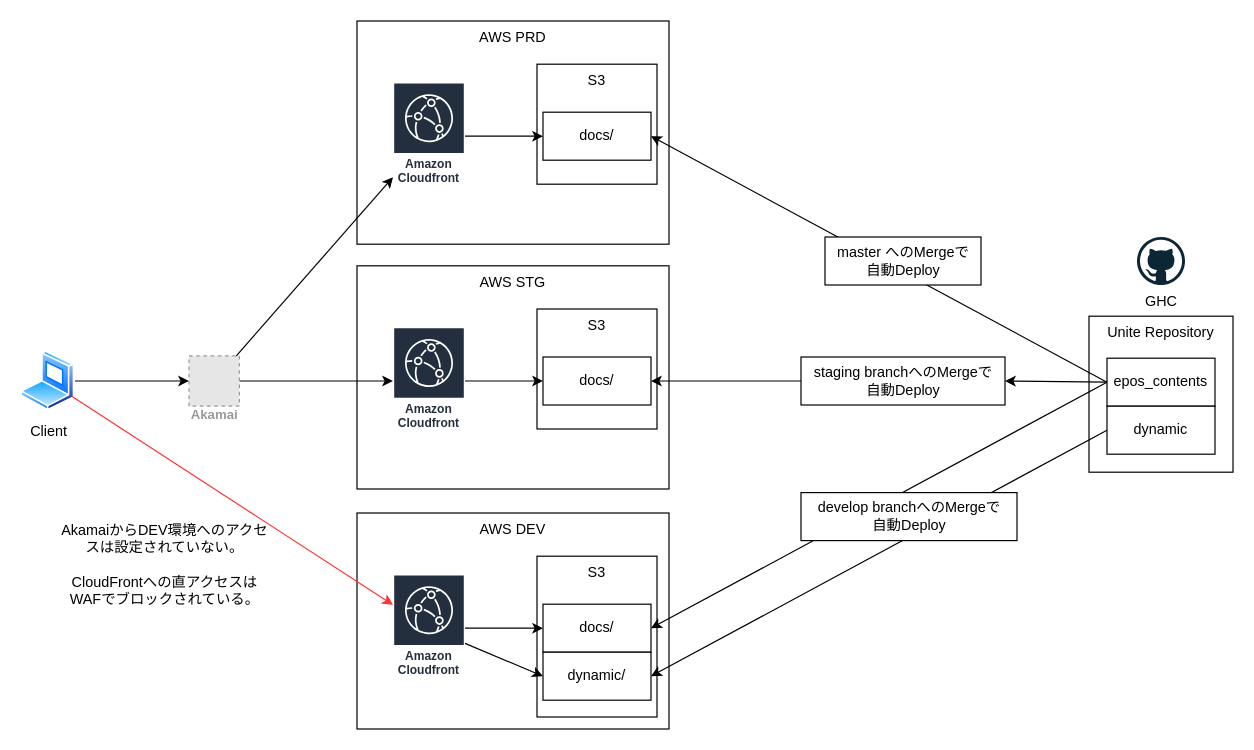
Above: 02.打ち合わせ資料/img/構成概要.drawio in takemitsu255/ux-docs (draw.io), before the change. Source tidied: cells renumbered, new cells numbered last; positions are measured from the earlier drawing's top-left corner, leaving out a move shared by most shapes. Both pictures are drawn from the tidied source at 120%, with x=0, y=0 at pixel (20, 20). Pictures stored in the file or linked from it are replaced by grey dashed boxes.
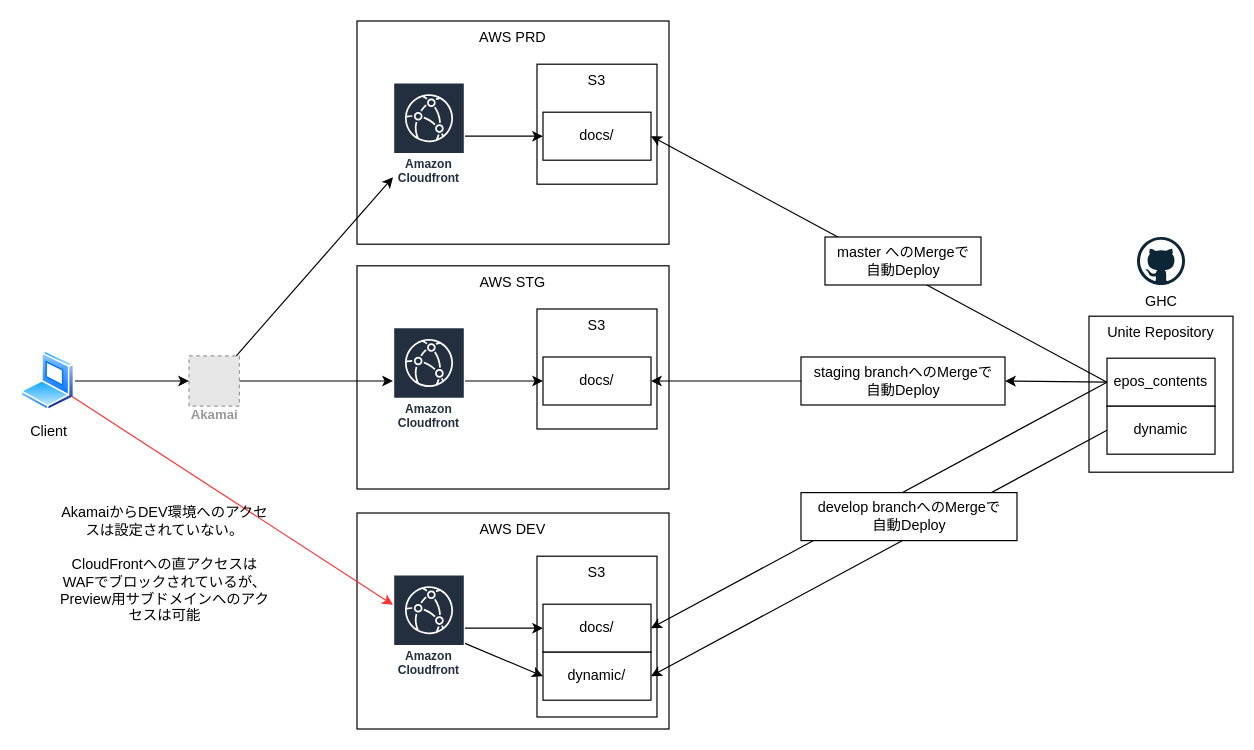
The same page after the edit.

Diff of the diagram source:
```diff
@@
-    <mxCell id="25" value="AkamaiからDEV環境へのアクセスは設定されていない。&lt;div&gt;&lt;font color=&quot;#000000&quot;&gt;&lt;br&gt;&lt;/font&gt;CloudFrontへの直アクセスはWAFでブロックされている。&lt;/div&gt;" style="text;html=1;align=center;verticalAlign=middle;whiteSpace=wrap;rounded=0;" parent="1" vertex="1">
+    <mxCell id="25" value="AkamaiからDEV環境へのアクセスは設定されていない。&lt;div&gt;&lt;font color=&quot;#000000&quot;&gt;&lt;br&gt;&lt;/font&gt;CloudFrontへの直アクセスはWAFでブロックされているが、&lt;br&gt;Preview用サブドメインへのアクセスは可能&lt;/div&gt;" style="text;html=1;align=center;verticalAlign=middle;whiteSpace=wrap;rounded=0;" parent="1" vertex="1">
       <mxGeometry x="30" y="416" width="180" height="74" as="geometry" />
     </mxCell>
```
